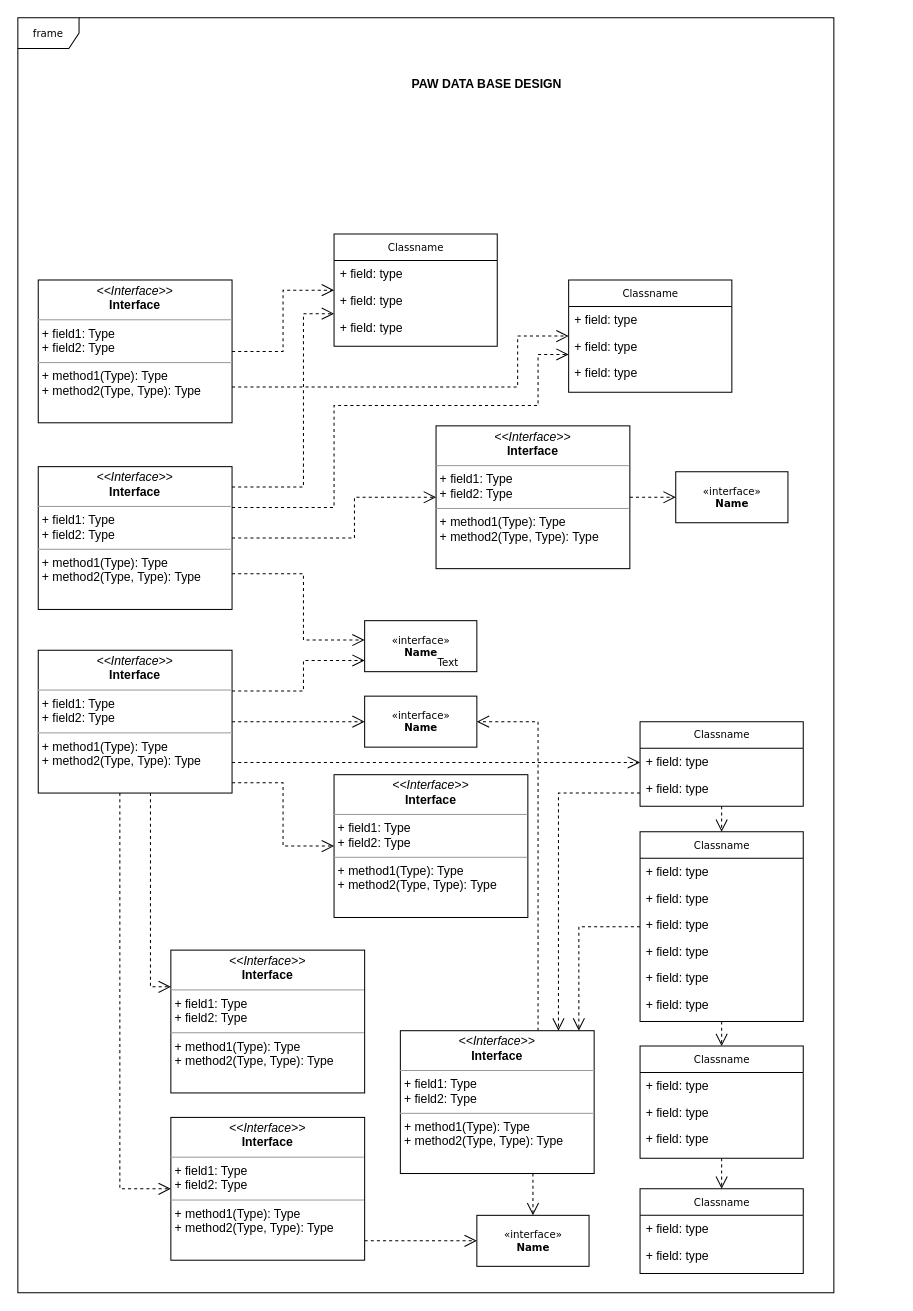
christiankelechi/elibraryplatform keeps this draw.io diagram as Untitled Diagram.drawio. Above is the earlier version. Source tidied: cells renumbered, new cells numbered last; positions are measured from the earlier drawing's top-left corner, leaving out a move shared by most shapes. Both pictures are drawn from the tidied source at 102%, with x=0, y=0 at pixel (17, 17).
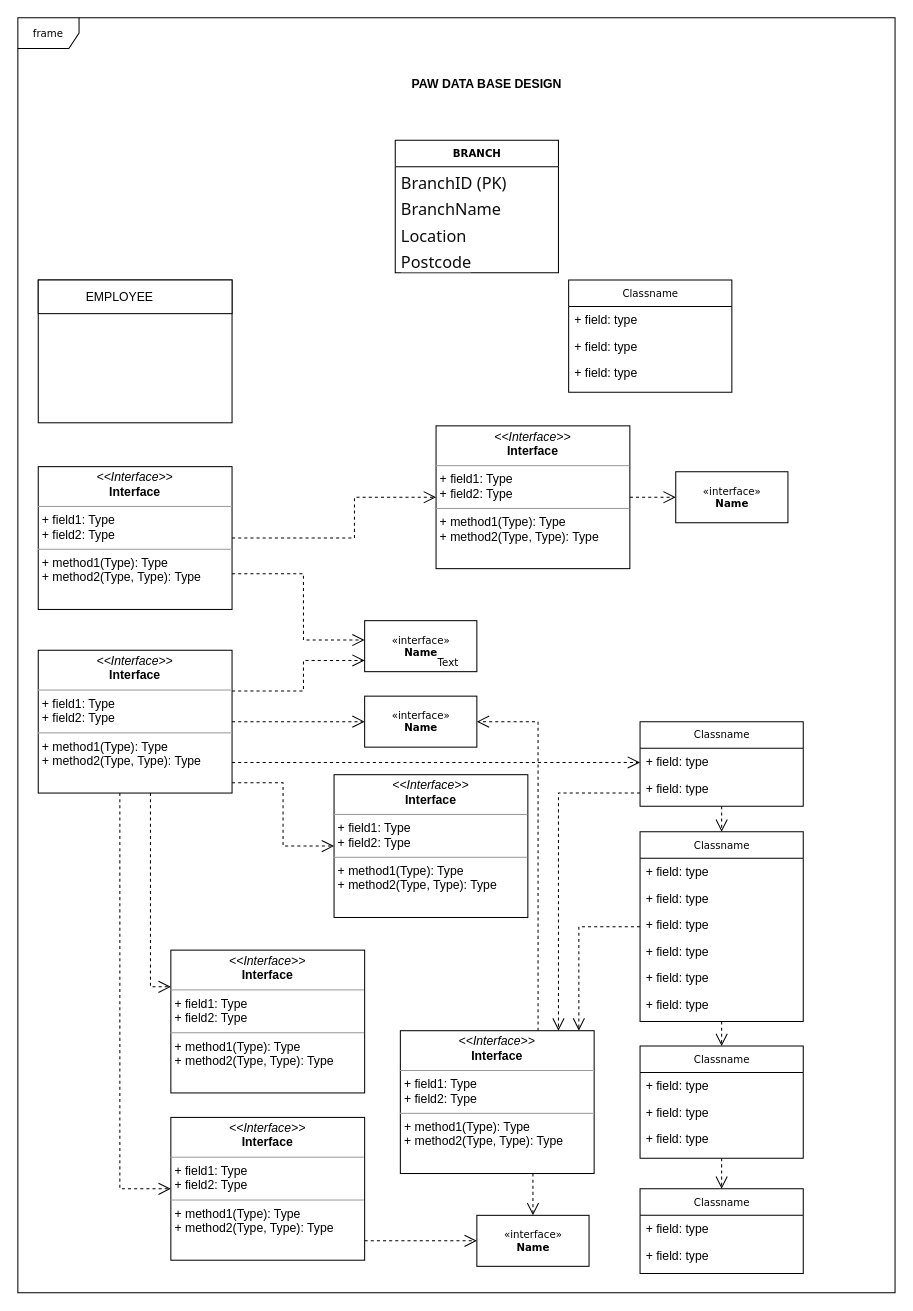
After the change.

Unchanged cells that the change refers to:
```xml
<mxCell id="16" value="Classname" style="swimlane;html=1;fontStyle=0;horizontal=1;startSize=26;fillColor=none;swimlaneFillColor=#ffffff;rounded=0;shadow=0;comic=0;labelBackgroundColor=none;strokeWidth=1;fontFamily=Verdana;fontSize=10;align=center;" parent="1" vertex="1">
  <mxGeometry x="540" y="257" width="160" height="110" as="geometry" />
</mxCell>
<mxCell id="53" value="&lt;p style=&quot;margin:0px;margin-top:4px;text-align:center;&quot;&gt;&lt;i&gt;&amp;lt;&amp;lt;Interface&amp;gt;&amp;gt;&lt;/i&gt;&lt;br/&gt;&lt;b&gt;Interface&lt;/b&gt;&lt;/p&gt;&lt;hr size=&quot;1&quot;/&gt;&lt;p style=&quot;margin:0px;margin-left:4px;&quot;&gt;+ field1: Type&lt;br/&gt;+ field2: Type&lt;/p&gt;&lt;hr size=&quot;1&quot;/&gt;&lt;p style=&quot;margin:0px;margin-left:4px;&quot;&gt;+ method1(Type): Type&lt;br/&gt;+ method2(Type, Type): Type&lt;/p&gt;" style="verticalAlign=top;align=left;overflow=fill;fontSize=12;fontFamily=Helvetica;html=1;rounded=0;shadow=0;comic=0;labelBackgroundColor=none;strokeWidth=1;" parent="1" vertex="1">
  <mxGeometry x="20" y="440" width="190" height="140" as="geometry" />
</mxCell>
```

What changed in the source:
```diff
@@
     <mxCell id="2" value="frame" style="shape=umlFrame;whiteSpace=wrap;html=1;rounded=0;shadow=0;comic=0;labelBackgroundColor=none;strokeWidth=1;fontFamily=Verdana;fontSize=10;align=center;" parent="1" vertex="1">
-      <mxGeometry width="800" height="1250" as="geometry" />
+      <mxGeometry width="860" height="1250" as="geometry" />
     </mxCell>
@@
-    <mxCell id="12" value="Classname" style="swimlane;html=1;fontStyle=0;horizontal=1;startSize=26;fillColor=none;swimlaneFillColor=#ffffff;rounded=0;shadow=0;comic=0;labelBackgroundColor=none;strokeWidth=1;fontFamily=Verdana;fontSize=10;align=center;" parent="1" vertex="1">
-      <mxGeometry x="310" y="212" width="160" height="110" as="geometry" />
+    <mxCell id="12" value="&lt;b&gt;BRANCH&lt;/b&gt;" style="swimlane;html=1;fontStyle=0;horizontal=1;startSize=26;fillColor=none;swimlaneFillColor=#ffffff;rounded=0;shadow=0;comic=0;labelBackgroundColor=none;strokeWidth=1;fontFamily=Verdana;fontSize=10;align=center;" parent="1" vertex="1">
+      <mxGeometry x="370" y="120" width="160" height="130" as="geometry" />
     </mxCell>
-    <mxCell id="13" value="+ field: type" style="text;html=1;strokeColor=none;fillColor=none;align=left;verticalAlign=top;spacingLeft=4;spacingRight=4;whiteSpace=wrap;overflow=hidden;" parent="12" vertex="1">
+    <mxCell id="13" value="&lt;span style=&quot;color: rgb(13, 13, 13); font-family: Söhne, ui-sans-serif, system-ui, -apple-system, &amp;quot;Segoe UI&amp;quot;, Roboto, Ubuntu, Cantarell, &amp;quot;Noto Sans&amp;quot;, sans-serif, &amp;quot;Helvetica Neue&amp;quot;, Arial, &amp;quot;Apple Color Emoji&amp;quot;, &amp;quot;Segoe UI Emoji&amp;quot;, &amp;quot;Segoe UI Symbol&amp;quot;, &amp;quot;Noto Color Emoji&amp;quot;; font-size: 16px; white-space-collapse: preserve; background-color: rgb(255, 255, 255);&quot;&gt;BranchID (PK)&lt;/span&gt;" style="text;html=1;strokeColor=none;fillColor=none;align=left;verticalAlign=top;spacingLeft=4;spacingRight=4;whiteSpace=wrap;overflow=hidden;" parent="12" vertex="1">
       <mxGeometry y="26" width="160" height="26" as="geometry" />
     </mxCell>
-    <mxCell id="14" value="+ field: type" style="text;html=1;strokeColor=none;fillColor=none;align=left;verticalAlign=top;spacingLeft=4;spacingRight=4;whiteSpace=wrap;overflow=hidden;" parent="12" vertex="1">
+    <mxCell id="14" value="&lt;span style=&quot;color: rgb(13, 13, 13); font-family: Söhne, ui-sans-serif, system-ui, -apple-system, &amp;quot;Segoe UI&amp;quot;, Roboto, Ubuntu, Cantarell, &amp;quot;Noto Sans&amp;quot;, sans-serif, &amp;quot;Helvetica Neue&amp;quot;, Arial, &amp;quot;Apple Color Emoji&amp;quot;, &amp;quot;Segoe UI Emoji&amp;quot;, &amp;quot;Segoe UI Symbol&amp;quot;, &amp;quot;Noto Color Emoji&amp;quot;; font-size: 16px; white-space-collapse: preserve; background-color: rgb(255, 255, 255);&quot;&gt;BranchName&lt;/span&gt;" style="text;html=1;strokeColor=none;fillColor=none;align=left;verticalAlign=top;spacingLeft=4;spacingRight=4;whiteSpace=wrap;overflow=hidden;" parent="12" vertex="1">
       <mxGeometry y="52" width="160" height="26" as="geometry" />
     </mxCell>
-    <mxCell id="15" value="+ field: type" style="text;html=1;strokeColor=none;fillColor=none;align=left;verticalAlign=top;spacingLeft=4;spacingRight=4;whiteSpace=wrap;overflow=hidden;" parent="12" vertex="1">
+    <mxCell id="15" value="&lt;span style=&quot;color: rgb(13, 13, 13); font-family: Söhne, ui-sans-serif, system-ui, -apple-system, &amp;quot;Segoe UI&amp;quot;, Roboto, Ubuntu, Cantarell, &amp;quot;Noto Sans&amp;quot;, sans-serif, &amp;quot;Helvetica Neue&amp;quot;, Arial, &amp;quot;Apple Color Emoji&amp;quot;, &amp;quot;Segoe UI Emoji&amp;quot;, &amp;quot;Segoe UI Symbol&amp;quot;, &amp;quot;Noto Color Emoji&amp;quot;; font-size: 16px; white-space-collapse: preserve; background-color: rgb(255, 255, 255);&quot;&gt;Location&lt;/span&gt;" style="text;html=1;strokeColor=none;fillColor=none;align=left;verticalAlign=top;spacingLeft=4;spacingRight=4;whiteSpace=wrap;overflow=hidden;" parent="12" vertex="1">
       <mxGeometry y="78" width="160" height="26" as="geometry" />
     </mxCell>
+    <mxCell id="63" value="&lt;span style=&quot;color: rgb(13, 13, 13); font-family: Söhne, ui-sans-serif, system-ui, -apple-system, &amp;quot;Segoe UI&amp;quot;, Roboto, Ubuntu, Cantarell, &amp;quot;Noto Sans&amp;quot;, sans-serif, &amp;quot;Helvetica Neue&amp;quot;, Arial, &amp;quot;Apple Color Emoji&amp;quot;, &amp;quot;Segoe UI Emoji&amp;quot;, &amp;quot;Segoe UI Symbol&amp;quot;, &amp;quot;Noto Color Emoji&amp;quot;; font-size: 16px; white-space-collapse: preserve; background-color: rgb(255, 255, 255);&quot;&gt;Postcode&lt;/span&gt;" style="text;html=1;strokeColor=none;fillColor=none;align=left;verticalAlign=top;spacingLeft=4;spacingRight=4;whiteSpace=wrap;overflow=hidden;" parent="12" vertex="1">
+      <mxGeometry y="104" width="160" height="26" as="geometry" />
+    </mxCell>
@@
-    <mxCell id="46" style="edgeStyle=orthogonalEdgeStyle;rounded=0;html=1;labelBackgroundColor=none;startFill=0;endArrow=open;endFill=0;endSize=10;fontFamily=Verdana;fontSize=10;dashed=1;" parent="1" edge="1" source="48" target="12">
-      <mxGeometry relative="1" as="geometry" />
-    </mxCell>
-    <mxCell id="47" style="edgeStyle=orthogonalEdgeStyle;rounded=0;html=1;exitX=1;exitY=0.75;dashed=1;labelBackgroundColor=none;startFill=0;endArrow=open;endFill=0;endSize=10;fontFamily=Verdana;fontSize=10;" parent="1" edge="1" source="48" target="16">
-      <mxGeometry relative="1" as="geometry">
-        <Array as="points">
-          <mxPoint x="490" y="362" />
-          <mxPoint x="490" y="312" />
-        </Array>
-      </mxGeometry>
-    </mxCell>
-    <mxCell id="48" value="&lt;p style=&quot;margin:0px;margin-top:4px;text-align:center;&quot;&gt;&lt;i&gt;&amp;lt;&amp;lt;Interface&amp;gt;&amp;gt;&lt;/i&gt;&lt;br/&gt;&lt;b&gt;Interface&lt;/b&gt;&lt;/p&gt;&lt;hr size=&quot;1&quot;/&gt;&lt;p style=&quot;margin:0px;margin-left:4px;&quot;&gt;+ field1: Type&lt;br/&gt;+ field2: Type&lt;/p&gt;&lt;hr size=&quot;1&quot;/&gt;&lt;p style=&quot;margin:0px;margin-left:4px;&quot;&gt;+ method1(Type): Type&lt;br/&gt;+ method2(Type, Type): Type&lt;/p&gt;" style="verticalAlign=top;align=left;overflow=fill;fontSize=12;fontFamily=Helvetica;html=1;rounded=0;shadow=0;comic=0;labelBackgroundColor=none;strokeWidth=1;" parent="1" vertex="1">
+    <mxCell id="48" value="&lt;p style=&quot;margin:0px;margin-top:4px;text-align:center;&quot;&gt;&lt;br&gt;&lt;/p&gt;&lt;p style=&quot;margin:0px;margin-left:4px;&quot;&gt;&lt;br&gt;&lt;/p&gt;" style="verticalAlign=top;align=left;overflow=fill;fontSize=12;fontFamily=Helvetica;html=1;rounded=0;shadow=0;comic=0;labelBackgroundColor=none;strokeWidth=1;" parent="1" vertex="1">
       <mxGeometry x="20" y="257" width="190" height="140" as="geometry" />
     </mxCell>
-    <mxCell id="49" style="edgeStyle=orthogonalEdgeStyle;rounded=0;html=1;dashed=1;labelBackgroundColor=none;startFill=0;endArrow=open;endFill=0;endSize=10;fontFamily=Verdana;fontSize=10;" parent="1" edge="1" source="53" target="12">
-      <mxGeometry relative="1" as="geometry">
-        <Array as="points">
-          <mxPoint x="280" y="460" />
-          <mxPoint x="280" y="290" />
-        </Array>
-      </mxGeometry>
-    </mxCell>
-    <mxCell id="50" style="edgeStyle=orthogonalEdgeStyle;rounded=0;html=1;dashed=1;labelBackgroundColor=none;startFill=0;endArrow=open;endFill=0;endSize=10;fontFamily=Verdana;fontSize=10;" parent="1" edge="1" source="53" target="16">
-      <mxGeometry relative="1" as="geometry">
-        <Array as="points">
-          <mxPoint x="310" y="480" />
-          <mxPoint x="310" y="380" />
-          <mxPoint x="510" y="380" />
-          <mxPoint x="510" y="330" />
-        </Array>
-      </mxGeometry>
-    </mxCell>
@@
+    <mxCell id="64" style="rounded=0;whiteSpace=wrap;html=1;" parent="1" vertex="1">
+      <mxGeometry x="20" y="257" width="190" height="33" as="geometry" />
+    </mxCell>
+    <mxCell id="65" value="EMPLOYEE" style="text;strokeColor=none;align=center;fillColor=none;html=1;verticalAlign=middle;whiteSpace=wrap;rounded=0;" parent="1" vertex="1">
+      <mxGeometry x="70" y="258.5" width="60" height="30" as="geometry" />
+    </mxCell>
```
